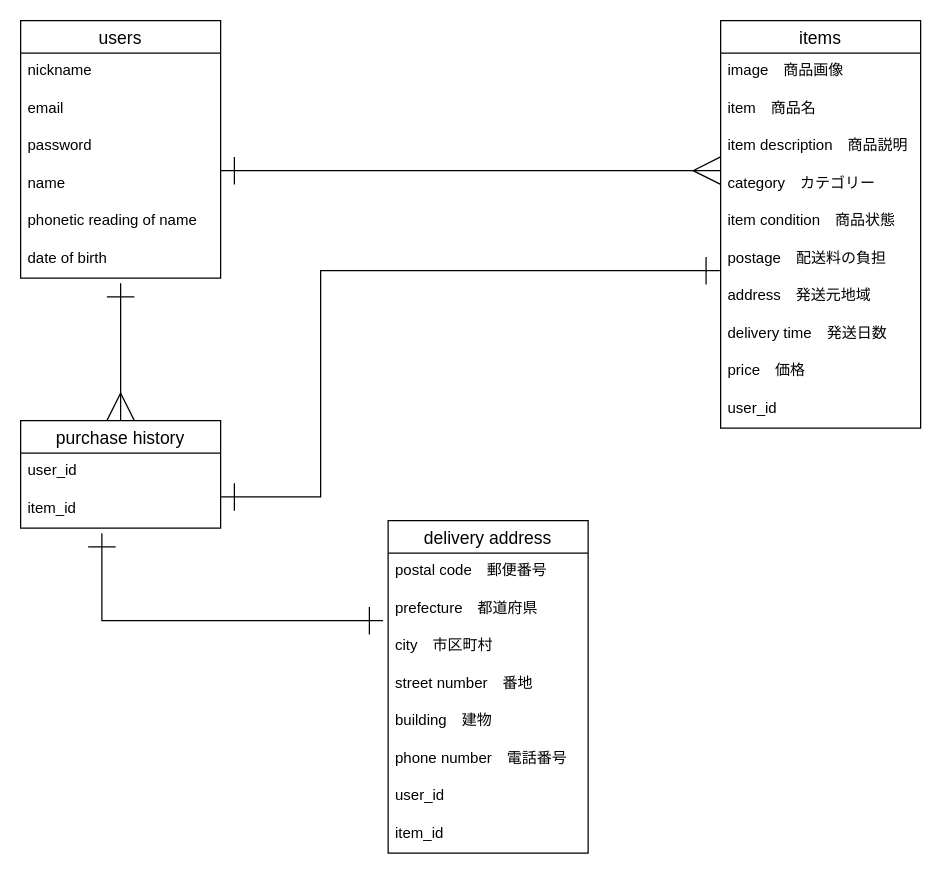
This is test.dio from pig002238/furima-39864ver3.4, a draw.io file, before an edit. Source tidied: cells renumbered, new cells numbered last; positions are measured from the earlier drawing's top-left corner, leaving out a move shared by most shapes. Both pictures are drawn from the tidied source at 125%, with x=0, y=0 at pixel (20, 20).
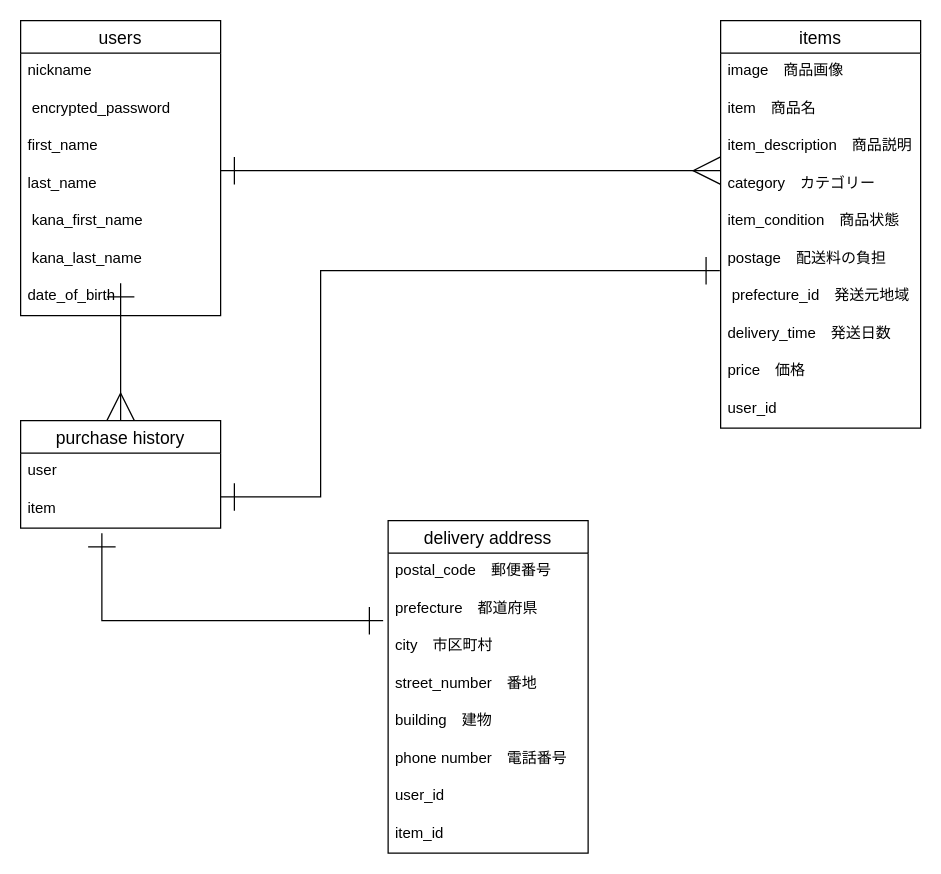
The same diagram, later.

Unchanged cells that the change refers to:
```xml
<mxCell id="9" value="items" style="swimlane;fontStyle=0;horizontal=1;startSize=26;align=center;fontSize=14;" parent="1" vertex="1">
  <mxGeometry x="560" width="160" height="326" as="geometry" />
</mxCell>
<mxCell id="20" value="purchase history" style="swimlane;fontStyle=0;horizontal=1;startSize=26;align=center;fontSize=14;" parent="1" vertex="1">
  <mxGeometry y="320" width="160" height="86" as="geometry" />
</mxCell>
<mxCell id="26" value="delivery address" style="swimlane;fontStyle=0;horizontal=1;startSize=26;align=center;fontSize=14;" parent="1" vertex="1">
  <mxGeometry x="294" y="400" width="160" height="266" as="geometry" />
</mxCell>
```

Diff of the diagram source:
```diff
@@
     <mxCell id="2" value="users" style="swimlane;fontStyle=0;horizontal=1;startSize=26;align=center;fontSize=14;" parent="1" vertex="1">
-      <mxGeometry width="160" height="206" as="geometry" />
+      <mxGeometry width="160" height="236" as="geometry" />
     </mxCell>
@@
-    <mxCell id="4" value="email" style="text;strokeColor=none;fillColor=none;spacingLeft=4;spacingRight=4;overflow=hidden;fontSize=12;" parent="2" vertex="1">
-      <mxGeometry y="56" width="160" height="30" as="geometry" />
-    </mxCell>
-    <mxCell id="5" value="password" style="text;strokeColor=none;fillColor=none;spacingLeft=4;spacingRight=4;overflow=hidden;fontSize=12;" parent="2" vertex="1">
-      <mxGeometry y="86" width="160" height="30" as="geometry" />
+    <mxCell id="5" value=" encrypted_password" style="text;strokeColor=none;fillColor=none;spacingLeft=4;spacingRight=4;overflow=hidden;fontSize=12;" parent="2" vertex="1">
+      <mxGeometry y="56" width="160" height="30" as="geometry" />
     </mxCell>
-    <mxCell id="6" value="name" style="text;strokeColor=none;fillColor=none;spacingLeft=4;spacingRight=4;overflow=hidden;fontSize=12;" parent="2" vertex="1">
-      <mxGeometry y="116" width="160" height="30" as="geometry" />
+    <mxCell id="6" value="first_name" style="text;strokeColor=none;fillColor=none;spacingLeft=4;spacingRight=4;overflow=hidden;fontSize=12;" parent="2" vertex="1">
+      <mxGeometry y="86" width="160" height="30" as="geometry" />
     </mxCell>
-    <mxCell id="7" value="phonetic reading of name" style="text;strokeColor=none;fillColor=none;spacingLeft=4;spacingRight=4;overflow=hidden;fontSize=12;" parent="2" vertex="1">
-      <mxGeometry y="146" width="160" height="30" as="geometry" />
+    <mxCell id="7" value="last_name" style="text;strokeColor=none;fillColor=none;spacingLeft=4;spacingRight=4;overflow=hidden;fontSize=12;" parent="2" vertex="1">
+      <mxGeometry y="116" width="160" height="30" as="geometry" />
     </mxCell>
-    <mxCell id="8" value="date of birth" style="text;strokeColor=none;fillColor=none;spacingLeft=4;spacingRight=4;overflow=hidden;fontSize=12;" parent="2" vertex="1">
-      <mxGeometry y="176" width="160" height="30" as="geometry" />
+    <mxCell id="8" value=" kana_first_name" style="text;strokeColor=none;fillColor=none;spacingLeft=4;spacingRight=4;overflow=hidden;fontSize=12;" parent="2" vertex="1">
+      <mxGeometry y="146" width="160" height="30" as="geometry" />
     </mxCell>
+    <mxCell id="36" value=" kana_last_name " style="text;strokeColor=none;fillColor=none;spacingLeft=4;spacingRight=4;overflow=hidden;fontSize=12;" parent="2" vertex="1">
+      <mxGeometry y="176" width="160" height="30" as="geometry" />
+    </mxCell>
+    <mxCell id="37" value="date_of_birth " style="text;strokeColor=none;fillColor=none;spacingLeft=4;spacingRight=4;overflow=hidden;fontSize=12;" parent="2" vertex="1">
+      <mxGeometry y="206" width="160" height="30" as="geometry" />
+    </mxCell>
@@
-    <mxCell id="12" value="item description　商品説明" style="text;strokeColor=none;fillColor=none;spacingLeft=4;spacingRight=4;overflow=hidden;fontSize=12;" parent="9" vertex="1">
+    <mxCell id="12" value="item_description　商品説明" style="text;strokeColor=none;fillColor=none;spacingLeft=4;spacingRight=4;overflow=hidden;fontSize=12;" parent="9" vertex="1">
       <mxGeometry y="86" width="160" height="30" as="geometry" />
     </mxCell>
@@
-    <mxCell id="14" value="item condition　商品状態" style="text;strokeColor=none;fillColor=none;spacingLeft=4;spacingRight=4;overflow=hidden;fontSize=12;" parent="9" vertex="1">
+    <mxCell id="14" value="item_condition　商品状態" style="text;strokeColor=none;fillColor=none;spacingLeft=4;spacingRight=4;overflow=hidden;fontSize=12;" parent="9" vertex="1">
       <mxGeometry y="146" width="160" height="30" as="geometry" />
     </mxCell>
@@
-    <mxCell id="16" value=" address　発送元地域" style="text;strokeColor=none;fillColor=none;spacingLeft=4;spacingRight=4;overflow=hidden;points=[[0,0.5],[1,0.5]];portConstraint=eastwest;fontSize=12;" parent="9" vertex="1">
+    <mxCell id="16" value=" prefecture_id　発送元地域" style="text;strokeColor=none;fillColor=none;spacingLeft=4;spacingRight=4;overflow=hidden;points=[[0,0.5],[1,0.5]];portConstraint=eastwest;fontSize=12;" parent="9" vertex="1">
       <mxGeometry y="206" width="160" height="30" as="geometry" />
     </mxCell>
-    <mxCell id="17" value="delivery time　発送日数" style="text;strokeColor=none;fillColor=none;spacingLeft=4;spacingRight=4;overflow=hidden;fontSize=12;" parent="9" vertex="1">
+    <mxCell id="17" value="delivery_time　発送日数" style="text;strokeColor=none;fillColor=none;spacingLeft=4;spacingRight=4;overflow=hidden;fontSize=12;" parent="9" vertex="1">
       <mxGeometry y="236" width="160" height="30" as="geometry" />
     </mxCell>
@@
-    <mxCell id="21" value="user_id" style="text;strokeColor=none;fillColor=none;spacingLeft=4;spacingRight=4;overflow=hidden;fontSize=12;" parent="20" vertex="1">
+    <mxCell id="21" value="user" style="text;strokeColor=none;fillColor=none;spacingLeft=4;spacingRight=4;overflow=hidden;fontSize=12;" parent="20" vertex="1">
       <mxGeometry y="26" width="160" height="30" as="geometry" />
     </mxCell>
-    <mxCell id="22" value="item_id" style="text;strokeColor=none;fillColor=none;spacingLeft=4;spacingRight=4;overflow=hidden;fontSize=12;" parent="20" vertex="1">
+    <mxCell id="22" value="item" style="text;strokeColor=none;fillColor=none;spacingLeft=4;spacingRight=4;overflow=hidden;fontSize=12;" parent="20" vertex="1">
       <mxGeometry y="56" width="160" height="30" as="geometry" />
     </mxCell>
@@
-    <mxCell id="27" value="postal code　郵便番号" style="text;strokeColor=none;fillColor=none;spacingLeft=4;spacingRight=4;overflow=hidden;fontSize=12;" parent="26" vertex="1">
+    <mxCell id="27" value="postal_code　郵便番号" style="text;strokeColor=none;fillColor=none;spacingLeft=4;spacingRight=4;overflow=hidden;fontSize=12;" parent="26" vertex="1">
       <mxGeometry y="26" width="160" height="30" as="geometry" />
     </mxCell>
@@
-    <mxCell id="30" value="street number　番地" style="text;strokeColor=none;fillColor=none;spacingLeft=4;spacingRight=4;overflow=hidden;fontSize=12;" parent="26" vertex="1">
+    <mxCell id="30" value="street_number　番地" style="text;strokeColor=none;fillColor=none;spacingLeft=4;spacingRight=4;overflow=hidden;fontSize=12;" parent="26" vertex="1">
       <mxGeometry y="116" width="160" height="30" as="geometry" />
     </mxCell>
```
